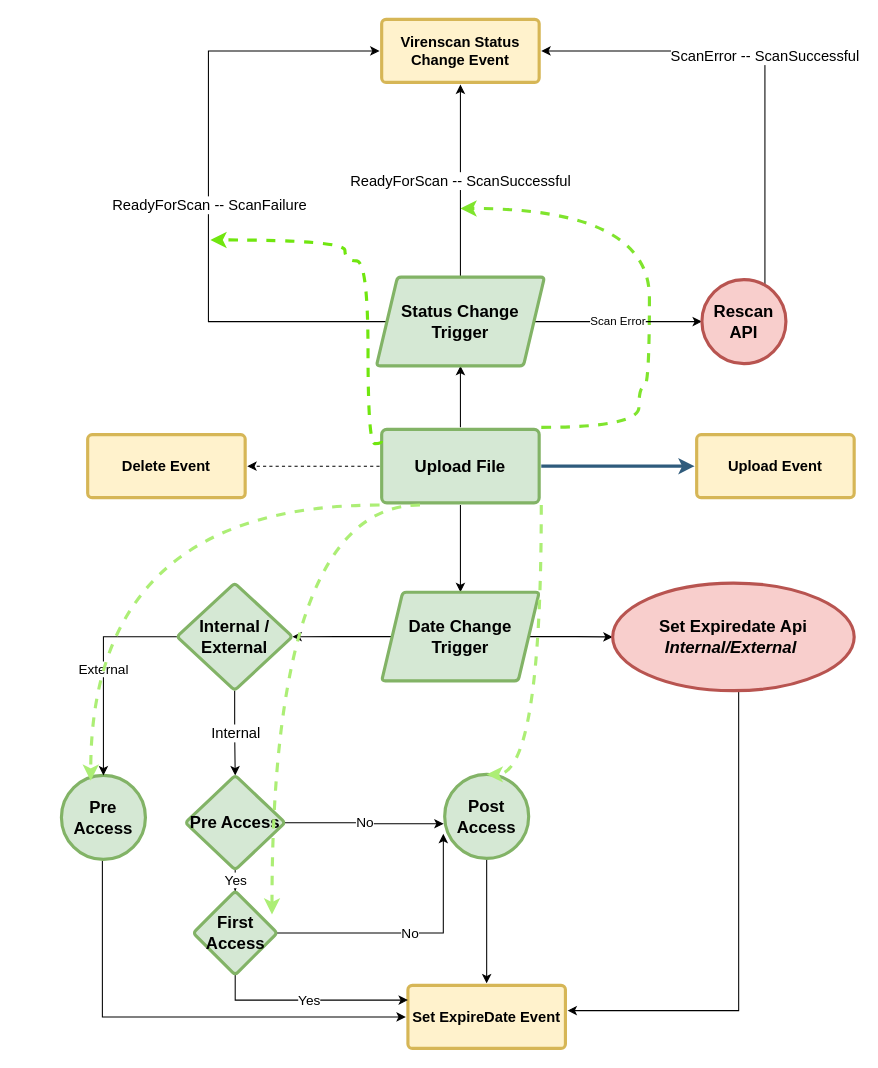
Before: Kafka Events.drawio in jainabraham06/Flowcharts, a draw.io diagram. Source tidied: cells renumbered, new cells numbered last; positions are measured from the earlier drawing's top-left corner, leaving out a move shared by most shapes. Both pictures are drawn from the tidied source at 105%, with x=0, y=0 at pixel (61, 19).
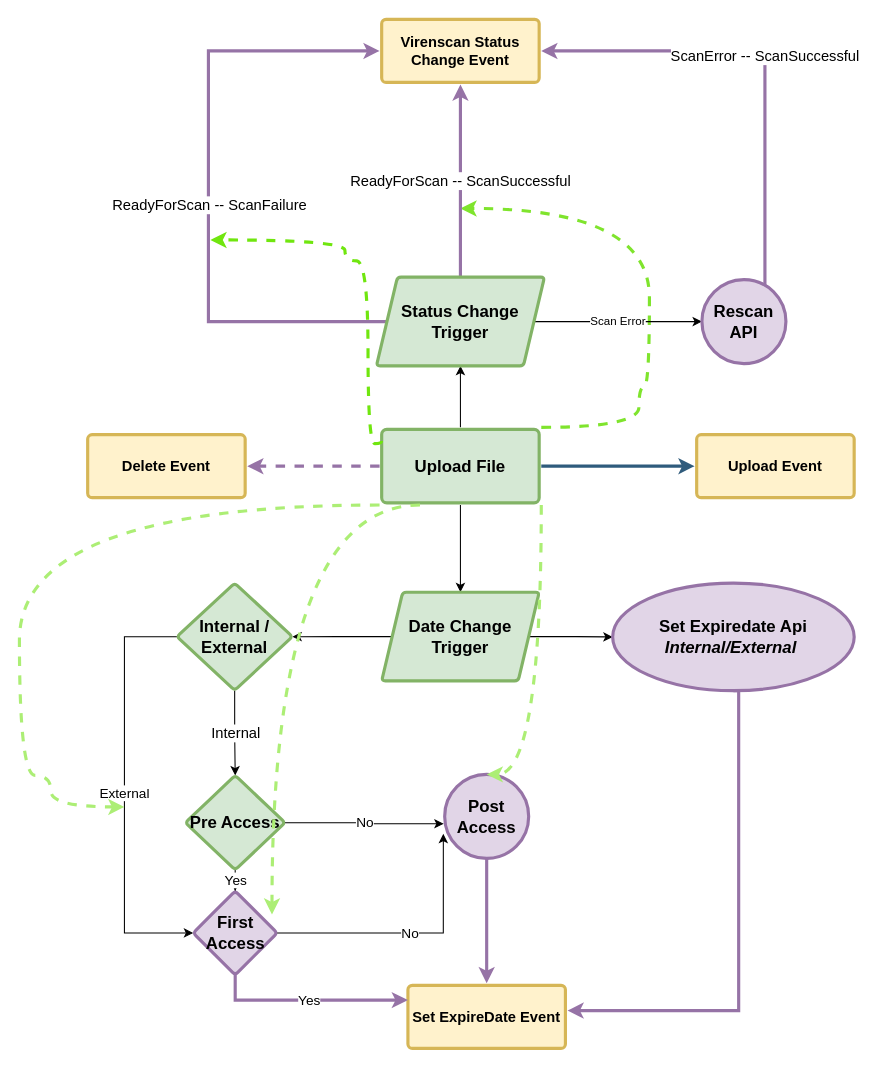
The same page after the edit.

The change refers to these unchanged cells:
```xml
<mxCell id="6" value="Upload File" style="rounded=1;whiteSpace=wrap;html=1;shadow=0;labelBackgroundColor=none;strokeColor=#82b366;strokeWidth=3;fillColor=#d5e8d4;fontFamily=Helvetica;fontSize=16;align=center;fontStyle=1;spacing=5;arcSize=7;perimeterSpacing=2;" parent="1" vertex="1">
  <mxGeometry x="305" y="390.5" width="150" height="70" as="geometry" />
</mxCell>
<mxCell id="7" value="Delete Event" style="rounded=1;whiteSpace=wrap;html=1;shadow=0;labelBackgroundColor=none;strokeColor=#d6b656;strokeWidth=3;fillColor=#fff2cc;fontFamily=Helvetica;fontSize=14;align=center;spacing=5;fontStyle=1;arcSize=7;perimeterSpacing=2;" parent="1" vertex="1">
  <mxGeometry x="25" y="395.5" width="150" height="60" as="geometry" />
</mxCell>
<mxCell id="8" value="Set ExpireDate Event" style="rounded=1;whiteSpace=wrap;html=1;shadow=0;labelBackgroundColor=none;strokeColor=#d6b656;strokeWidth=3;fillColor=#fff2cc;fontFamily=Helvetica;fontSize=14;align=center;spacing=5;fontStyle=1;arcSize=7;perimeterSpacing=2;" parent="1" vertex="1">
  <mxGeometry x="330" y="920" width="150" height="60" as="geometry" />
</mxCell>
<mxCell id="9" value="Virenscan Status Change Event" style="rounded=1;whiteSpace=wrap;html=1;shadow=0;labelBackgroundColor=none;strokeColor=#d6b656;strokeWidth=3;fillColor=#fff2cc;fontFamily=Helvetica;fontSize=14;align=center;spacing=5;fontStyle=1;arcSize=7;perimeterSpacing=2;" parent="1" vertex="1">
  <mxGeometry x="305" width="150" height="60" as="geometry" />
</mxCell>
<mxCell id="24" value="Internal / External" style="rhombus;whiteSpace=wrap;html=1;fontSize=16;fillColor=#d5e8d4;strokeColor=#82b366;rounded=1;shadow=0;labelBackgroundColor=none;strokeWidth=3;fontStyle=1;spacing=5;arcSize=7;" parent="1" vertex="1">
  <mxGeometry x="110" y="536.8" width="110" height="102.2" as="geometry" />
</mxCell>
<mxCell id="32" value="Status Change Trigger" style="shape=parallelogram;perimeter=parallelogramPerimeter;whiteSpace=wrap;html=1;fixedSize=1;fontSize=16;fillColor=#d5e8d4;strokeColor=#82b366;rounded=1;shadow=0;labelBackgroundColor=none;strokeWidth=3;fontStyle=1;spacing=5;arcSize=7;" parent="1" vertex="1">
  <mxGeometry x="300" y="245.5" width="160" height="84.5" as="geometry" />
</mxCell>
```

Diff of the diagram source:
```diff
@@
-    <mxCell id="3" style="edgeStyle=orthogonalEdgeStyle;rounded=0;jettySize=auto;html=1;entryX=1;entryY=0.5;entryDx=0;entryDy=0;dashed=1;" parent="1" edge="1" source="6" target="7">
+    <mxCell id="3" style="edgeStyle=orthogonalEdgeStyle;rounded=0;jettySize=auto;html=1;entryX=1;entryY=0.5;entryDx=0;entryDy=0;dashed=1;fillColor=#e1d5e7;strokeColor=#9673a6;strokeWidth=3;" parent="1" edge="1" source="6" target="7">
       <mxGeometry relative="1" as="geometry" />
     </mxCell>
@@
-    <mxCell id="16" style="edgeStyle=orthogonalEdgeStyle;rounded=0;jettySize=auto;html=1;entryX=0;entryY=0.5;entryDx=0;entryDy=0;" parent="1" edge="1" target="8">
-      <mxGeometry relative="1" as="geometry">
-        <mxPoint x="39" y="801" as="sourcePoint" />
-        <Array as="points">
-          <mxPoint x="39" y="950" />
-        </Array>
-      </mxGeometry>
-    </mxCell>
-    <mxCell id="17" value="Pre Access" style="ellipse;whiteSpace=wrap;html=1;fontSize=16;fillColor=#d5e8d4;strokeColor=#82b366;rounded=1;shadow=0;labelBackgroundColor=none;strokeWidth=3;fontStyle=1;spacing=5;arcSize=7;" parent="1" vertex="1">
-      <mxGeometry y="720" width="80" height="80" as="geometry" />
-    </mxCell>
-    <mxCell id="18" style="edgeStyle=orthogonalEdgeStyle;rounded=0;jettySize=auto;html=1;entryX=0.5;entryY=0;entryDx=0;entryDy=0;" parent="1" edge="1" source="19" target="8">
+    <mxCell id="18" style="edgeStyle=orthogonalEdgeStyle;rounded=0;jettySize=auto;html=1;entryX=0.5;entryY=0;entryDx=0;entryDy=0;fillColor=#e1d5e7;strokeColor=#9673a6;strokeWidth=3;" parent="1" edge="1" source="19" target="8">
       <mxGeometry relative="1" as="geometry" />
     </mxCell>
-    <mxCell id="19" value="Post Access" style="ellipse;whiteSpace=wrap;html=1;fontSize=16;fillColor=#d5e8d4;strokeColor=#82b366;rounded=1;shadow=0;labelBackgroundColor=none;strokeWidth=3;fontStyle=1;spacing=5;arcSize=7;" parent="1" vertex="1">
+    <mxCell id="19" value="Post Access" style="ellipse;whiteSpace=wrap;html=1;fontSize=16;fillColor=#e1d5e7;strokeColor=#9673a6;rounded=1;shadow=0;labelBackgroundColor=none;strokeWidth=3;fontStyle=1;spacing=5;arcSize=7;" parent="1" vertex="1">
       <mxGeometry x="365" y="719" width="80" height="80" as="geometry" />
     </mxCell>
-    <mxCell id="20" style="edgeStyle=orthogonalEdgeStyle;rounded=0;jettySize=auto;html=1;entryX=1;entryY=0.406;entryDx=0;entryDy=0;entryPerimeter=0;exitX=0.5;exitY=1;exitDx=0;exitDy=0;" parent="1" edge="1" source="21" target="8">
+    <mxCell id="20" style="edgeStyle=orthogonalEdgeStyle;rounded=0;jettySize=auto;html=1;entryX=1;entryY=0.406;entryDx=0;entryDy=0;entryPerimeter=0;exitX=0.5;exitY=1;exitDx=0;exitDy=0;fillColor=#e1d5e7;strokeColor=#9673a6;strokeWidth=3;" parent="1" edge="1" source="21" target="8">
       <mxGeometry relative="1" as="geometry">
         <Array as="points">
           <mxPoint x="645" y="944" />
         </Array>
       </mxGeometry>
     </mxCell>
-    <mxCell id="21" value="Set Expiredate Api&lt;br&gt;&lt;i&gt;Internal/External&amp;nbsp;&lt;/i&gt;" style="ellipse;whiteSpace=wrap;html=1;fontSize=16;fillColor=#f8cecc;strokeColor=#b85450;rounded=1;shadow=0;labelBackgroundColor=none;strokeWidth=3;fontStyle=1;spacing=5;arcSize=7;" parent="1" vertex="1">
+    <mxCell id="21" value="Set Expiredate Api&lt;br&gt;&lt;i&gt;Internal/External&amp;nbsp;&lt;/i&gt;" style="ellipse;whiteSpace=wrap;html=1;fontSize=16;fillColor=#e1d5e7;strokeColor=#9673a6;rounded=1;shadow=0;labelBackgroundColor=none;strokeWidth=3;fontStyle=1;spacing=5;arcSize=7;" parent="1" vertex="1">
       <mxGeometry x="525" y="536.8" width="230" height="102.5" as="geometry" />
     </mxCell>
-    <mxCell id="22" value="&lt;font style=&quot;font-size: 13px;&quot;&gt;External&lt;/font&gt;" style="edgeStyle=orthogonalEdgeStyle;rounded=0;jettySize=auto;html=1;entryX=0.5;entryY=0;entryDx=0;entryDy=0;" parent="1" edge="1" source="24" target="17">
-      <mxGeometry relative="1" as="geometry" />
+    <mxCell id="22" value="&lt;font style=&quot;font-size: 13px;&quot;&gt;External&lt;/font&gt;" style="edgeStyle=orthogonalEdgeStyle;rounded=0;jettySize=auto;html=1;entryX=0;entryY=0.5;entryDx=0;entryDy=0;" parent="1" edge="1" source="24" target="36">
+      <mxGeometry relative="1" as="geometry">
+        <Array as="points">
+          <mxPoint x="60" y="588" />
+          <mxPoint x="60" y="870" />
+        </Array>
+      </mxGeometry>
     </mxCell>
@@
-    <mxCell id="28" value="&lt;font style=&quot;font-size: 14px;&quot;&gt;ReadyForScan -- ScanSuccessful&lt;/font&gt;" style="edgeStyle=orthogonalEdgeStyle;rounded=0;jettySize=auto;html=1;entryX=0.5;entryY=1;entryDx=0;entryDy=0;" parent="1" edge="1" source="32" target="9">
+    <mxCell id="28" value="&lt;font style=&quot;font-size: 14px;&quot;&gt;ReadyForScan -- ScanSuccessful&lt;/font&gt;" style="edgeStyle=orthogonalEdgeStyle;rounded=0;jettySize=auto;html=1;entryX=0.5;entryY=1;entryDx=0;entryDy=0;fillColor=#e1d5e7;strokeColor=#9673a6;strokeWidth=3;" parent="1" edge="1" source="32" target="9">
       <mxGeometry relative="1" as="geometry" />
     </mxCell>
-    <mxCell id="29" style="edgeStyle=orthogonalEdgeStyle;rounded=0;jettySize=auto;html=1;entryX=0;entryY=0.5;entryDx=0;entryDy=0;" parent="1" edge="1" source="32" target="9">
+    <mxCell id="29" style="edgeStyle=orthogonalEdgeStyle;rounded=0;jettySize=auto;html=1;entryX=0;entryY=0.5;entryDx=0;entryDy=0;fillColor=#e1d5e7;strokeColor=#9673a6;strokeWidth=3;" parent="1" edge="1" source="32" target="9">
       <mxGeometry relative="1" as="geometry">
         <Array as="points">
           <mxPoint x="140" y="288" />
           <mxPoint x="140" y="30" />
         </Array>
       </mxGeometry>
     </mxCell>
@@
-    <mxCell id="33" value="&lt;font style=&quot;font-size: 14px;&quot;&gt;ScanError -- ScanSuccessful&lt;/font&gt;" style="edgeStyle=orthogonalEdgeStyle;rounded=0;jettySize=auto;html=1;entryX=1;entryY=0.5;entryDx=0;entryDy=0;" parent="1" edge="1" source="34" target="9">
+    <mxCell id="33" value="&lt;font style=&quot;font-size: 14px;&quot;&gt;ScanError -- ScanSuccessful&lt;/font&gt;" style="edgeStyle=orthogonalEdgeStyle;rounded=0;jettySize=auto;html=1;entryX=1;entryY=0.5;entryDx=0;entryDy=0;fillColor=#e1d5e7;strokeColor=#9673a6;strokeWidth=3;" parent="1" edge="1" source="34" target="9">
       <mxGeometry relative="1" as="geometry">
         <Array as="points">
           <mxPoint x="670" y="288" />
           <mxPoint x="670" y="30" />
         </Array>
       </mxGeometry>
     </mxCell>
-    <mxCell id="34" value="Rescan API" style="ellipse;whiteSpace=wrap;html=1;fontSize=16;fillColor=#f8cecc;strokeColor=#b85450;rounded=1;shadow=0;labelBackgroundColor=none;strokeWidth=3;fontStyle=1;spacing=5;arcSize=7;" parent="1" vertex="1">
+    <mxCell id="34" value="Rescan API" style="ellipse;whiteSpace=wrap;html=1;fontSize=16;fillColor=#e1d5e7;strokeColor=#9673a6;rounded=1;shadow=0;labelBackgroundColor=none;strokeWidth=3;fontStyle=1;spacing=5;arcSize=7;" parent="1" vertex="1">
       <mxGeometry x="610" y="247.8" width="80" height="80" as="geometry" />
     </mxCell>
-    <mxCell id="35" value="&lt;font style=&quot;font-size: 13px;&quot;&gt;Yes&lt;/font&gt;" style="edgeStyle=orthogonalEdgeStyle;rounded=0;jettySize=auto;html=1;entryX=0;entryY=0.25;entryDx=0;entryDy=0;exitX=0.5;exitY=1;exitDx=0;exitDy=0;" parent="1" edge="1" source="36">
+    <mxCell id="35" value="&lt;font style=&quot;font-size: 13px;&quot;&gt;Yes&lt;/font&gt;" style="edgeStyle=orthogonalEdgeStyle;rounded=0;jettySize=auto;html=1;entryX=0;entryY=0.25;entryDx=0;entryDy=0;exitX=0.5;exitY=1;exitDx=0;exitDy=0;fillColor=#e1d5e7;strokeColor=#9673a6;strokeWidth=3;" parent="1" edge="1" source="36">
       <mxGeometry relative="1" as="geometry">
         <mxPoint x="330" y="934" as="targetPoint" />
         <Array as="points">
           <mxPoint x="166" y="934" />
         </Array>
       </mxGeometry>
     </mxCell>
-    <mxCell id="36" value="First Access" style="rhombus;whiteSpace=wrap;html=1;fontSize=16;fillColor=#d5e8d4;strokeColor=#82b366;rounded=1;shadow=0;labelBackgroundColor=none;strokeWidth=3;fontStyle=1;spacing=5;arcSize=7;" parent="1" vertex="1">
+    <mxCell id="36" value="First Access" style="rhombus;whiteSpace=wrap;html=1;fontSize=16;fillColor=#e1d5e7;strokeColor=#9673a6;rounded=1;shadow=0;labelBackgroundColor=none;strokeWidth=3;fontStyle=1;spacing=5;arcSize=7;" parent="1" vertex="1">
       <mxGeometry x="125.5" y="830" width="80" height="80" as="geometry" />
     </mxCell>
@@
-    <mxCell id="38" style="edgeStyle=orthogonalEdgeStyle;rounded=0;jettySize=auto;html=1;exitX=0;exitY=1;exitDx=0;exitDy=0;entryX=0.349;entryY=0.063;entryDx=0;entryDy=0;entryPerimeter=0;curved=1;strokeColor=#acee75;strokeWidth=3;dashed=1;" parent="1" edge="1" source="6" target="17">
-      <mxGeometry relative="1" as="geometry" />
+    <mxCell id="38" style="edgeStyle=orthogonalEdgeStyle;rounded=0;jettySize=auto;html=1;exitX=0;exitY=1;exitDx=0;exitDy=0;curved=1;strokeColor=#acee75;strokeWidth=3;dashed=1;" parent="1" edge="1" source="6">
+      <mxGeometry relative="1" as="geometry">
+        <mxPoint x="60" y="750" as="targetPoint" />
+        <Array as="points">
+          <mxPoint x="-40" y="463" />
+          <mxPoint x="-40" y="720" />
+          <mxPoint x="-10" y="720" />
+          <mxPoint x="-10" y="750" />
+        </Array>
+      </mxGeometry>
     </mxCell>
```
